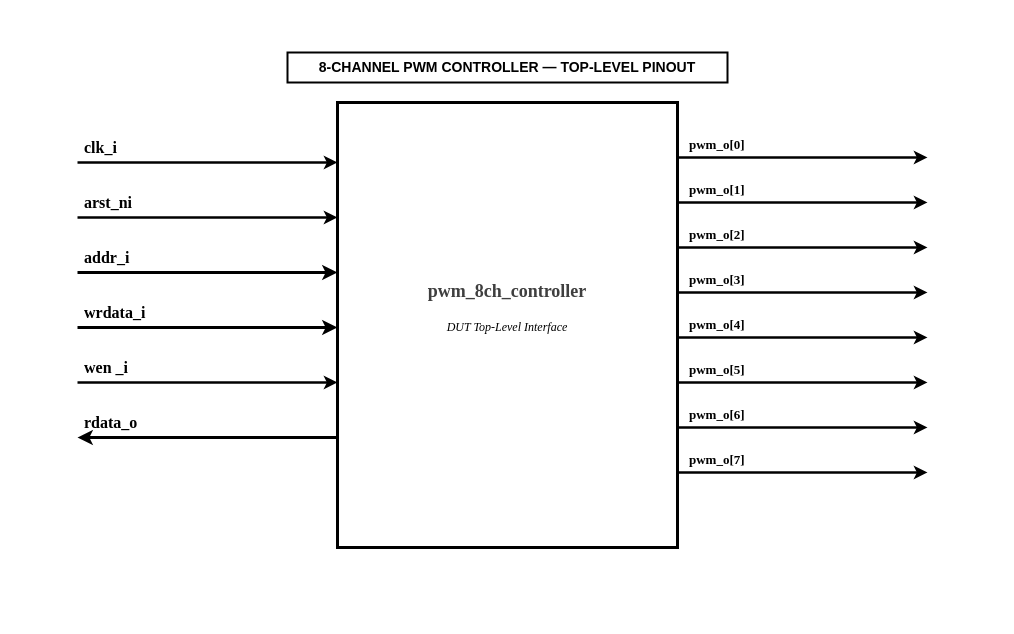
The draw.io diagram documents/src/pwm_controller_pinout.drawio in adnsemicon/intern_2611, before the edit. Source tidied: cells renumbered, new cells numbered last; positions are measured from the earlier drawing's top-left corner, leaving out a move shared by most shapes. Both pictures are drawn from the tidied source at 100%, with x=0, y=0 at pixel (17, 17).
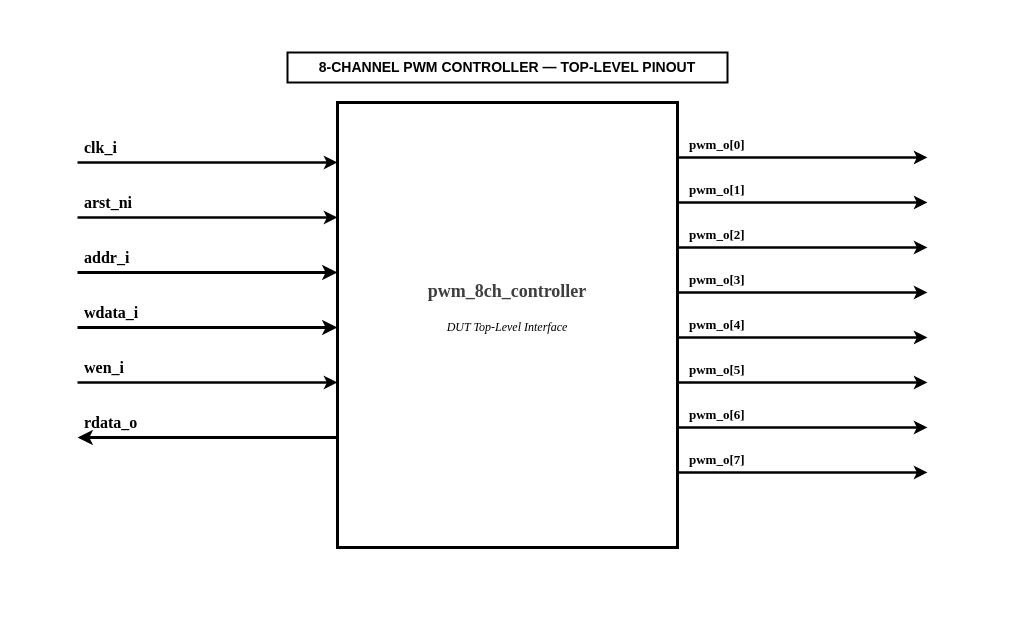
The same page after the edit.

Diff of the diagram source:
```diff
@@
-    <mxCell id="12" value="&lt;b&gt;wrdata_i&lt;/b&gt;" style="text;html=1;align=left;verticalAlign=bottom;strokeColor=none;fillColor=none;fontColor=#000000;fontSize=16;fontFamily=Times New Roman;" parent="1" vertex="1">
+    <mxCell id="12" value="&lt;b&gt;wdata_i&lt;/b&gt;" style="text;html=1;align=left;verticalAlign=bottom;strokeColor=none;fillColor=none;fontColor=#000000;fontSize=16;fontFamily=Times New Roman;" parent="1" vertex="1">
       <mxGeometry x="65" y="287" width="245" height="20" as="geometry" />
     </mxCell>
@@
-    <mxCell id="14" value="&lt;b&gt;wen _i&lt;/b&gt;" style="text;html=1;align=left;verticalAlign=bottom;strokeColor=none;fillColor=none;fontColor=#000000;fontSize=16;fontFamily=Times New Roman;" parent="1" vertex="1">
+    <mxCell id="14" value="&lt;b&gt;wen_i&lt;/b&gt;" style="text;html=1;align=left;verticalAlign=bottom;strokeColor=none;fillColor=none;fontColor=#000000;fontSize=16;fontFamily=Times New Roman;" parent="1" vertex="1">
       <mxGeometry x="65" y="342" width="245" height="20" as="geometry" />
     </mxCell>
```
